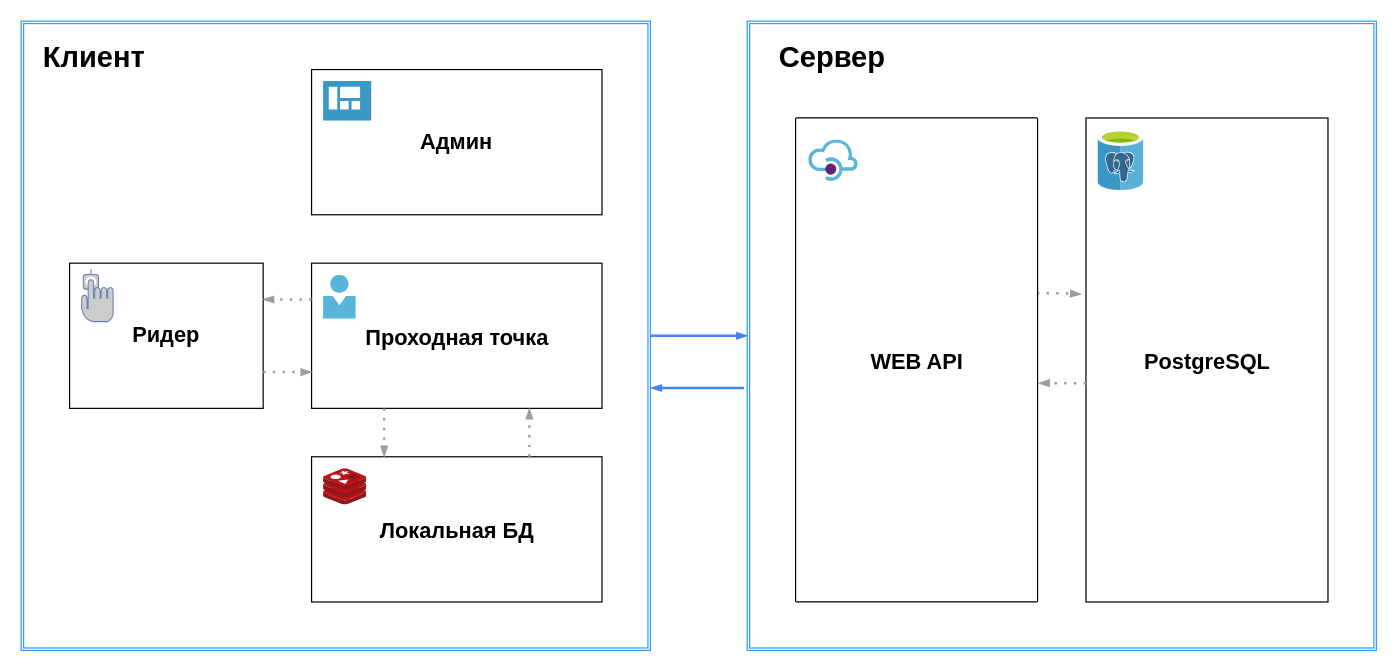
The draw.io diagram Docs/Диаграмма архитектура.drawio in kabanoff-i/APB.AccessControl, before the edit. Source tidied: cells renumbered, new cells numbered last; positions are measured from the earlier drawing's top-left corner, leaving out a move shared by most shapes. Both pictures are drawn from the tidied source at 121%, with x=0, y=0 at pixel (21, 21).
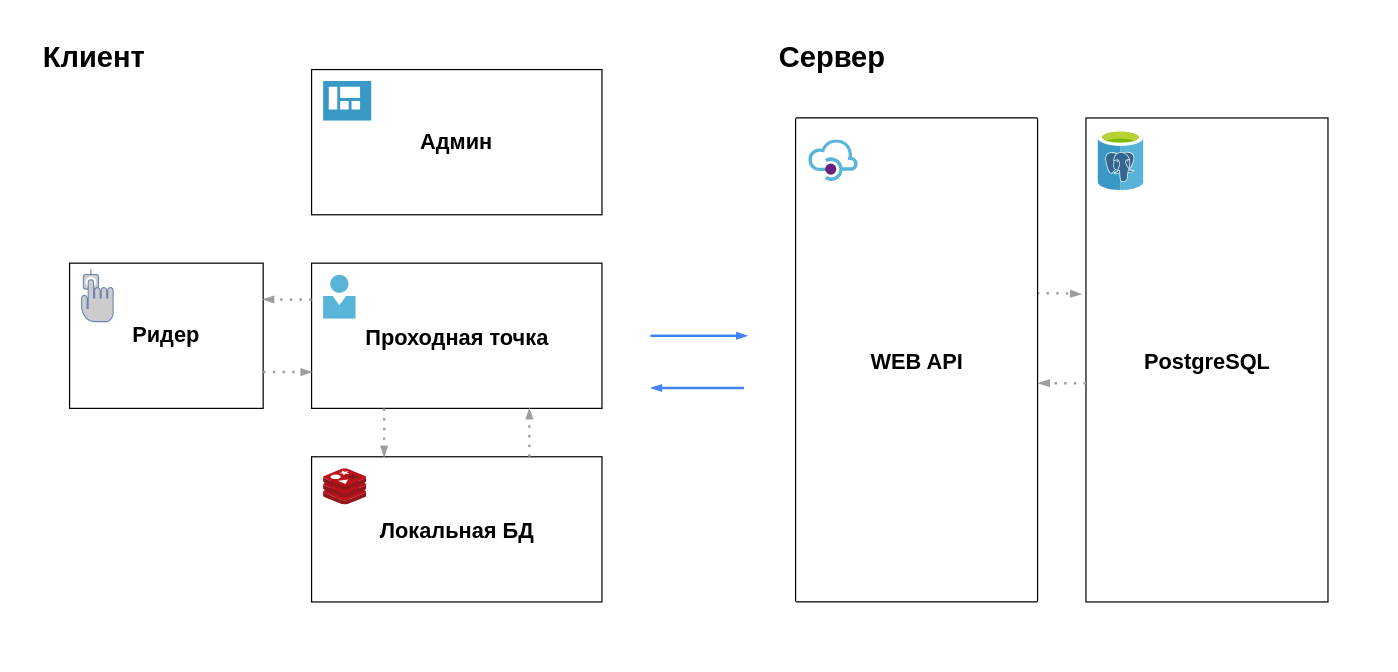
After the change.

The edit, as a diff of the source:
```diff
@@
-    <mxCell id="2" style="shape=ext;double=1;rounded=0;whiteSpace=wrap;html=1;shadow=0;fontSize=18;fillColor=none;strokeColor=#3399FF;" parent="1" vertex="1">
+    <mxCell id="2" style="shape=ext;double=1;rounded=1;whiteSpace=wrap;html=1;shadow=0;fontSize=18;fillColor=none;strokeColor=#FFFFFF;opacity=60;dashed=1;dashPattern=12 12;" parent="1" vertex="1">
       <mxGeometry width="520" height="520" as="geometry" />
     </mxCell>
@@
-    <mxCell id="5" style="shape=ext;double=1;rounded=0;whiteSpace=wrap;html=1;shadow=0;fontSize=18;fillColor=none;strokeColor=#3399FF;" parent="1" vertex="1">
+    <mxCell id="5" style="shape=ext;double=1;rounded=1;whiteSpace=wrap;html=1;shadow=0;fontSize=18;fillColor=none;strokeColor=#FFFFFF;opacity=60;dashed=1;dashPattern=12 12;" parent="1" vertex="1">
       <mxGeometry x="600" width="520" height="520" as="geometry" />
     </mxCell>
```
